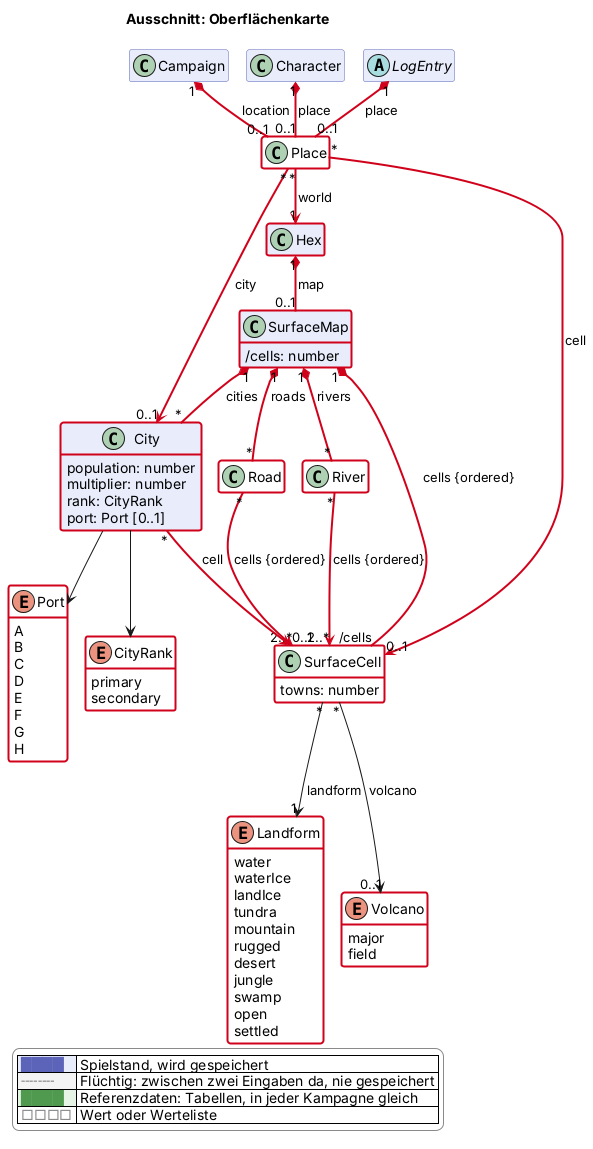
Before: docs/views/oberflaeche.png, a diagram exported from PlantUML (scuzzar/SRE).
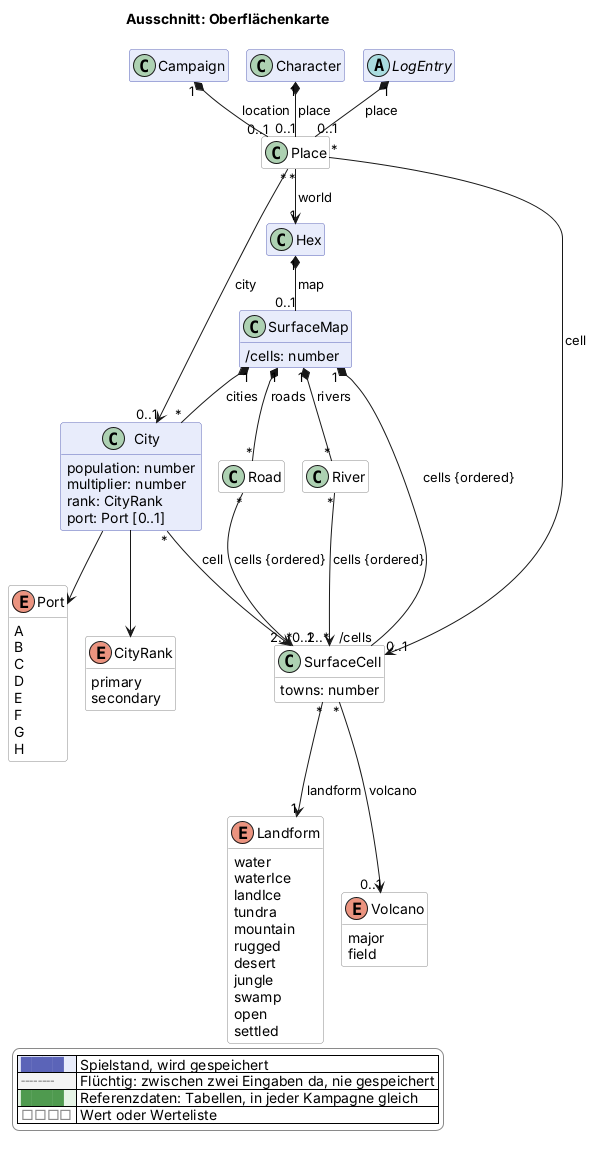
The same file after the commit.

What changed in the source:
```diff
@@ -76,13 +76,13 @@
 
 
 
-  class SurfaceMap $oberflaeche $newClass("2026-11-14g") {
+  class SurfaceMap $oberflaeche {
     /cells: number
   }
-  class SurfaceCell <<value>> $oberflaeche $newClass("2026-11-14g") {
+  class SurfaceCell <<value>> $oberflaeche {
     towns: number
   }
-  enum Landform <<value>> $oberflaeche $newClass("2026-11-14g") {
+  enum Landform <<value>> $oberflaeche {
     water
     waterIce
     landIce
@@ -95,25 +95,25 @@
     open
     settled
   }
-  class River <<value>> $oberflaeche $newClass("2026-11-14g") {
+  class River <<value>> $oberflaeche {
   }
-  class Road <<value>> $oberflaeche $newClass("2026-11-14g") {
+  class Road <<value>> $oberflaeche {
   }
-  enum Volcano <<value>> $oberflaeche $newClass("2026-11-14g") {
+  enum Volcano <<value>> $oberflaeche {
     major
     field
   }
-  class City $oberflaeche $newClass("2026-11-14g") {
+  class City $oberflaeche {
     population: number
     multiplier: number
     rank: CityRank
     port: Port [0..1]
   }
-  enum CityRank <<value>> $oberflaeche $newClass("2026-11-14g") {
+  enum CityRank <<value>> $oberflaeche {
     primary
     secondary
   }
-  enum Port <<value>> $oberflaeche $newClass("2026-11-14g") {
+  enum Port <<value>> $oberflaeche {
     A
     B
     C
@@ -123,29 +123,29 @@
     G
     H
   }
-  class Place <<value>> $oberflaeche $newClass("2026-11-14h") {
+  class Place <<value>> $oberflaeche {
   }
 
-Campaign "1" *-$newArrow("2026-11-14h")- "0..1" Place : location
+Campaign "1" *-- "0..1" Place : location
 
 
-Character "1" *-$newArrow("2026-11-14h")- "0..1" Place : place
+Character "1" *-- "0..1" Place : place
 
 
-Hex "1" *-$newArrow("2026-11-14g")- "0..1" SurfaceMap : map
-SurfaceMap "1" *-$newArrow("2026-11-14g")- "/cells" SurfaceCell : cells {ordered}
+Hex "1" *-- "0..1" SurfaceMap : map
+SurfaceMap "1" *-- "/cells" SurfaceCell : cells {ordered}
 SurfaceCell "*" --> "1" Landform : landform
 SurfaceCell "*" --> "0..1" Volcano : volcano
-SurfaceMap "1" *-$newArrow("2026-11-14g")- "*" River : rivers
-SurfaceMap "1" *-$newArrow("2026-11-14g")- "*" Road : roads
-SurfaceMap "1" *-$newArrow("2026-11-14g")- "*" City : cities
-River "*" -$newArrow("2026-11-14g")-> "2..*" SurfaceCell : cells {ordered}
-Road "*" -$newArrow("2026-11-14g")-> "2..*" SurfaceCell : cells {ordered}
-City "*" -$newArrow("2026-11-14g")-> "0..1" SurfaceCell : cell
-LogEntry "1" *-$newArrow("2026-11-14h")- "0..1" Place : place
-Place "*" -$newArrow("2026-11-14h")-> "1" Hex : world
-Place "*" -$newArrow("2026-11-14h")-> "0..1" SurfaceCell : cell
-Place "*" -$newArrow("2026-11-14h")-> "0..1" City : city
+SurfaceMap "1" *-- "*" River : rivers
+SurfaceMap "1" *-- "*" Road : roads
+SurfaceMap "1" *-- "*" City : cities
+River "*" --> "2..*" SurfaceCell : cells {ordered}
+Road "*" --> "2..*" SurfaceCell : cells {ordered}
+City "*" --> "0..1" SurfaceCell : cell
+LogEntry "1" *-- "0..1" Place : place
+Place "*" --> "1" Hex : world
+Place "*" --> "0..1" SurfaceCell : cell
+Place "*" --> "0..1" City : city
 City --> CityRank
 City --> Port
 
@@ -163,5 +163,4 @@
   |<#e6f4e6> <color:#4f9a4f>████</color> | Referenzdaten: Tabellen, in jeder Kampagne gleich |
   |<#ffffff> <color:#8a8a8a>□□□□</color> | Wert oder Werteliste |
 endlegend
-class Hex #line:d0021b;line.bold
 @enduml
```
